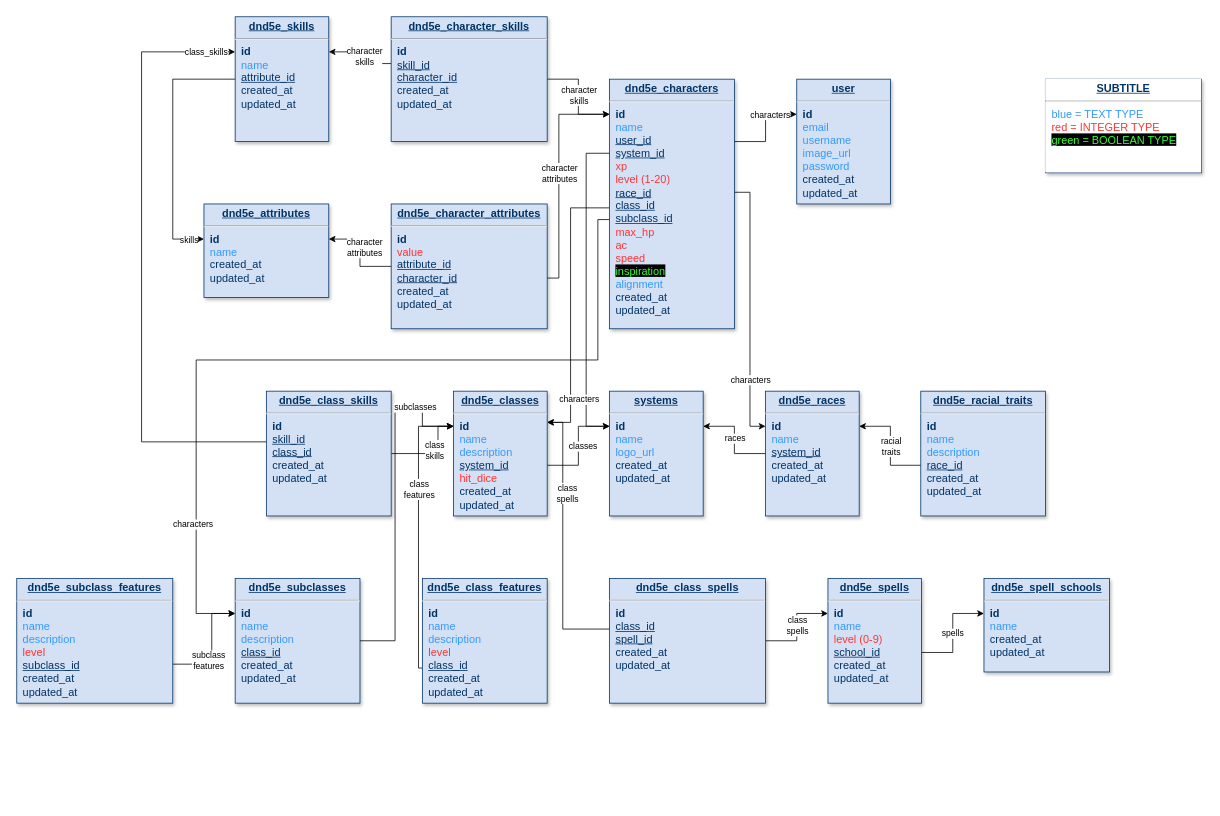
Before: roll_n_play-back-end/diagram.drawio in RodrigoYujiKogaKuroda/roll_n_play, a draw.io diagram. Source tidied: cells renumbered, new cells numbered last; positions are measured from the earlier drawing's top-left corner, leaving out a move shared by most shapes. Both pictures are drawn from the tidied source at 78%, with x=0, y=0 at pixel (16, 16).
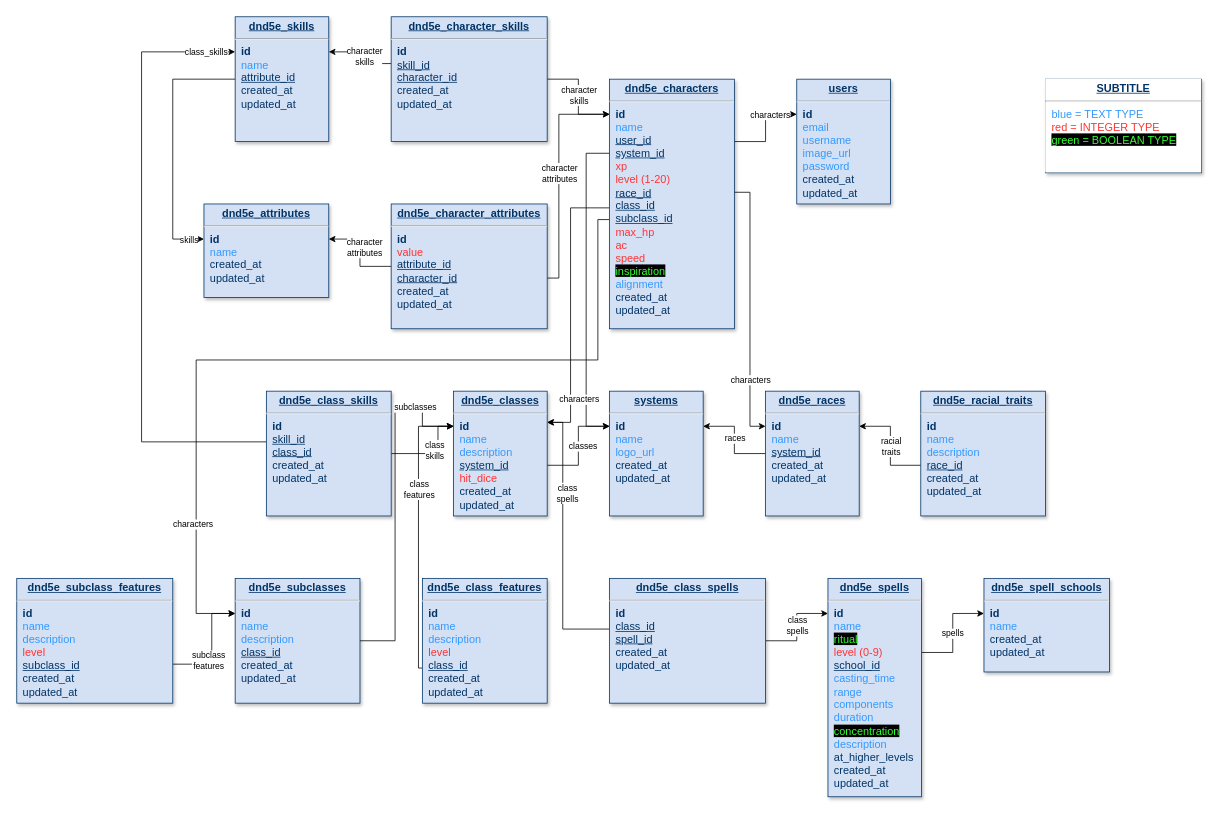
After the change.

Commit message:
docs: update spells table at diagram.drawio

What changed in the source:
```diff
@@
-    <mxCell id="2" value="&lt;p style=&quot;margin: 4px 0px 0px; text-align: center; text-decoration: underline; font-size: 14px;&quot;&gt;&lt;strong style=&quot;&quot;&gt;&lt;font style=&quot;font-size: 14px;&quot;&gt;user&lt;/font&gt;&lt;/strong&gt;&lt;/p&gt;&lt;hr style=&quot;font-size: 14px;&quot;&gt;&lt;p style=&quot;margin: 0px 0px 0px 8px; font-size: 14px;&quot;&gt;&lt;b&gt;&lt;font style=&quot;font-size: 14px;&quot;&gt;id&lt;/font&gt;&lt;/b&gt;&lt;/p&gt;&lt;p style=&quot;margin: 0px 0px 0px 8px; font-size: 14px;&quot;&gt;&lt;font color=&quot;#3399ff&quot; style=&quot;font-size: 14px;&quot;&gt;email&lt;/font&gt;&lt;/p&gt;&lt;p style=&quot;margin: 0px 0px 0px 8px; font-size: 14px;&quot;&gt;&lt;font color=&quot;#3399ff&quot; style=&quot;font-size: 14px;&quot;&gt;username&lt;/font&gt;&lt;/p&gt;&lt;p style=&quot;margin: 0px 0px 0px 8px; font-size: 14px;&quot;&gt;&lt;font color=&quot;#3399ff&quot; style=&quot;font-size: 14px;&quot;&gt;image_url&lt;/font&gt;&lt;/p&gt;&lt;p style=&quot;margin: 0px 0px 0px 8px; font-size: 14px;&quot;&gt;&lt;font color=&quot;#3399ff&quot; style=&quot;font-size: 14px;&quot;&gt;password&lt;/font&gt;&lt;/p&gt;&lt;p style=&quot;margin: 0px 0px 0px 8px; font-size: 14px;&quot;&gt;&lt;font style=&quot;font-size: 14px;&quot;&gt;created_at&lt;/font&gt;&lt;/p&gt;&lt;p style=&quot;margin: 0px 0px 0px 8px; font-size: 14px;&quot;&gt;&lt;font style=&quot;font-size: 14px;&quot;&gt;updated_at&lt;/font&gt;&lt;br&gt;&lt;/p&gt;" style="verticalAlign=top;align=left;overflow=fill;fontSize=12;fontFamily=Helvetica;html=1;strokeColor=#003366;shadow=1;fillColor=#D4E1F5;fontColor=#003366;" parent="1" vertex="1">
+    <mxCell id="2" value="&lt;p style=&quot;margin: 4px 0px 0px; text-align: center; text-decoration: underline; font-size: 14px;&quot;&gt;&lt;strong style=&quot;&quot;&gt;&lt;font style=&quot;font-size: 14px;&quot;&gt;users&lt;/font&gt;&lt;/strong&gt;&lt;/p&gt;&lt;hr style=&quot;font-size: 14px;&quot;&gt;&lt;p style=&quot;margin: 0px 0px 0px 8px; font-size: 14px;&quot;&gt;&lt;b&gt;&lt;font style=&quot;font-size: 14px;&quot;&gt;id&lt;/font&gt;&lt;/b&gt;&lt;/p&gt;&lt;p style=&quot;margin: 0px 0px 0px 8px; font-size: 14px;&quot;&gt;&lt;font color=&quot;#3399ff&quot; style=&quot;font-size: 14px;&quot;&gt;email&lt;/font&gt;&lt;/p&gt;&lt;p style=&quot;margin: 0px 0px 0px 8px; font-size: 14px;&quot;&gt;&lt;font color=&quot;#3399ff&quot; style=&quot;font-size: 14px;&quot;&gt;username&lt;/font&gt;&lt;/p&gt;&lt;p style=&quot;margin: 0px 0px 0px 8px; font-size: 14px;&quot;&gt;&lt;font color=&quot;#3399ff&quot; style=&quot;font-size: 14px;&quot;&gt;image_url&lt;/font&gt;&lt;/p&gt;&lt;p style=&quot;margin: 0px 0px 0px 8px; font-size: 14px;&quot;&gt;&lt;font color=&quot;#3399ff&quot; style=&quot;font-size: 14px;&quot;&gt;password&lt;/font&gt;&lt;/p&gt;&lt;p style=&quot;margin: 0px 0px 0px 8px; font-size: 14px;&quot;&gt;&lt;font style=&quot;font-size: 14px;&quot;&gt;created_at&lt;/font&gt;&lt;/p&gt;&lt;p style=&quot;margin: 0px 0px 0px 8px; font-size: 14px;&quot;&gt;&lt;font style=&quot;font-size: 14px;&quot;&gt;updated_at&lt;/font&gt;&lt;br&gt;&lt;/p&gt;" style="verticalAlign=top;align=left;overflow=fill;fontSize=12;fontFamily=Helvetica;html=1;strokeColor=#003366;shadow=1;fillColor=#D4E1F5;fontColor=#003366;" parent="1" vertex="1">
       <mxGeometry x="1000" y="80" width="120" height="160" as="geometry" />
     </mxCell>
@@
-    <mxCell id="34" value="&lt;p style=&quot;margin: 4px 0px 0px; text-align: center; text-decoration: underline; font-size: 14px;&quot;&gt;&lt;strong style=&quot;&quot;&gt;&lt;font style=&quot;font-size: 14px;&quot;&gt;dnd5e_spells&lt;/font&gt;&lt;/strong&gt;&lt;/p&gt;&lt;hr style=&quot;font-size: 14px;&quot;&gt;&lt;p style=&quot;margin: 0px 0px 0px 8px; font-size: 14px;&quot;&gt;&lt;b&gt;&lt;font style=&quot;font-size: 14px;&quot;&gt;id&lt;/font&gt;&lt;/b&gt;&lt;/p&gt;&lt;p style=&quot;margin: 0px 0px 0px 8px; font-size: 14px;&quot;&gt;&lt;font color=&quot;#3399ff&quot;&gt;name&lt;/font&gt;&lt;/p&gt;&lt;p style=&quot;margin: 0px 0px 0px 8px; font-size: 14px;&quot;&gt;&lt;font color=&quot;#ff3333&quot;&gt;level (0-9)&lt;/font&gt;&lt;/p&gt;&lt;p style=&quot;margin: 0px 0px 0px 8px; font-size: 14px;&quot;&gt;&lt;u&gt;school_id&lt;/u&gt;&lt;/p&gt;&lt;p style=&quot;margin: 0px 0px 0px 8px; font-size: 14px;&quot;&gt;&lt;span style=&quot;background-color: initial;&quot;&gt;created_at&lt;/span&gt;&lt;br&gt;&lt;/p&gt;&lt;p style=&quot;margin: 0px 0px 0px 8px; font-size: 14px;&quot;&gt;&lt;font style=&quot;font-size: 14px;&quot;&gt;updated_at&lt;/font&gt;&lt;br&gt;&lt;/p&gt;" style="verticalAlign=top;align=left;overflow=fill;fontSize=12;fontFamily=Helvetica;html=1;strokeColor=#003366;shadow=1;fillColor=#D4E1F5;fontColor=#003366;" parent="1" vertex="1">
-      <mxGeometry x="1040" y="720" width="120" height="160" as="geometry" />
+    <mxCell id="34" value="&lt;p style=&quot;margin: 4px 0px 0px; text-align: center; text-decoration: underline; font-size: 14px;&quot;&gt;&lt;strong style=&quot;&quot;&gt;&lt;font style=&quot;font-size: 14px;&quot;&gt;dnd5e_spells&lt;/font&gt;&lt;/strong&gt;&lt;/p&gt;&lt;hr style=&quot;font-size: 14px;&quot;&gt;&lt;p style=&quot;margin: 0px 0px 0px 8px; font-size: 14px;&quot;&gt;&lt;b&gt;&lt;font style=&quot;font-size: 14px;&quot;&gt;id&lt;/font&gt;&lt;/b&gt;&lt;/p&gt;&lt;p style=&quot;margin: 0px 0px 0px 8px; font-size: 14px;&quot;&gt;&lt;font color=&quot;#3399ff&quot;&gt;name&lt;/font&gt;&lt;/p&gt;&lt;p style=&quot;margin: 0px 0px 0px 8px; font-size: 14px;&quot;&gt;&lt;font color=&quot;#33ff33&quot; style=&quot;background-color: rgb(0, 0, 0);&quot;&gt;ritual&lt;/font&gt;&lt;/p&gt;&lt;p style=&quot;margin: 0px 0px 0px 8px; font-size: 14px;&quot;&gt;&lt;font color=&quot;#ff3333&quot;&gt;level (0-9)&lt;/font&gt;&lt;/p&gt;&lt;p style=&quot;margin: 0px 0px 0px 8px; font-size: 14px;&quot;&gt;&lt;u&gt;school_id&lt;/u&gt;&lt;/p&gt;&lt;p style=&quot;margin: 0px 0px 0px 8px; font-size: 14px;&quot;&gt;&lt;font color=&quot;#3399ff&quot;&gt;casting_time&lt;/font&gt;&lt;/p&gt;&lt;p style=&quot;margin: 0px 0px 0px 8px; font-size: 14px;&quot;&gt;&lt;font color=&quot;#3399ff&quot;&gt;range&lt;/font&gt;&lt;/p&gt;&lt;p style=&quot;margin: 0px 0px 0px 8px; font-size: 14px;&quot;&gt;&lt;font color=&quot;#3399ff&quot;&gt;components&lt;/font&gt;&lt;/p&gt;&lt;p style=&quot;margin: 0px 0px 0px 8px; font-size: 14px;&quot;&gt;&lt;font color=&quot;#3399ff&quot;&gt;duration&lt;/font&gt;&lt;/p&gt;&lt;p style=&quot;margin: 0px 0px 0px 8px; font-size: 14px;&quot;&gt;&lt;font style=&quot;background-color: rgb(0, 0, 0);&quot; color=&quot;#33ff33&quot;&gt;concentration&lt;/font&gt;&lt;/p&gt;&lt;p style=&quot;margin: 0px 0px 0px 8px; font-size: 14px;&quot;&gt;&lt;font color=&quot;#3399ff&quot;&gt;description&lt;/font&gt;&lt;/p&gt;&lt;p style=&quot;margin: 0px 0px 0px 8px; font-size: 14px;&quot;&gt;at_higher_levels&lt;/p&gt;&lt;p style=&quot;margin: 0px 0px 0px 8px; font-size: 14px;&quot;&gt;&lt;span style=&quot;background-color: initial;&quot;&gt;created_at&lt;/span&gt;&lt;br&gt;&lt;/p&gt;&lt;p style=&quot;margin: 0px 0px 0px 8px; font-size: 14px;&quot;&gt;&lt;font style=&quot;font-size: 14px;&quot;&gt;updated_at&lt;/font&gt;&lt;br&gt;&lt;/p&gt;" style="verticalAlign=top;align=left;overflow=fill;fontSize=12;fontFamily=Helvetica;html=1;strokeColor=#003366;shadow=1;fillColor=#D4E1F5;fontColor=#003366;" parent="1" vertex="1">
+      <mxGeometry x="1040" y="720" width="120" height="280" as="geometry" />
     </mxCell>
```
